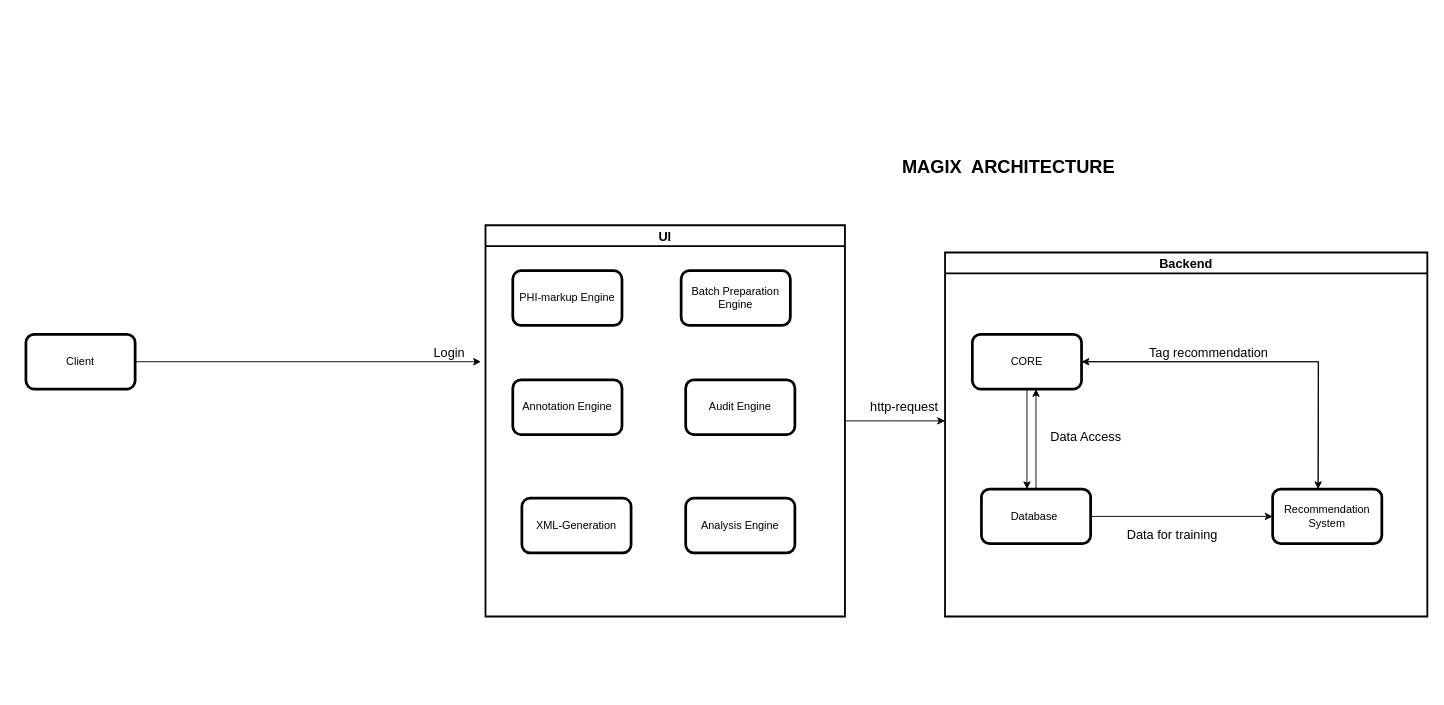
Above: Untitled Diagram.drawio in vickycena/gcc (draw.io), before the change. Source tidied: cells renumbered, new cells numbered last; positions are measured from the earlier drawing's top-left corner, leaving out a move shared by most shapes. Both pictures are drawn from the tidied source at 91%, with x=0, y=0 at pixel (25, 134).
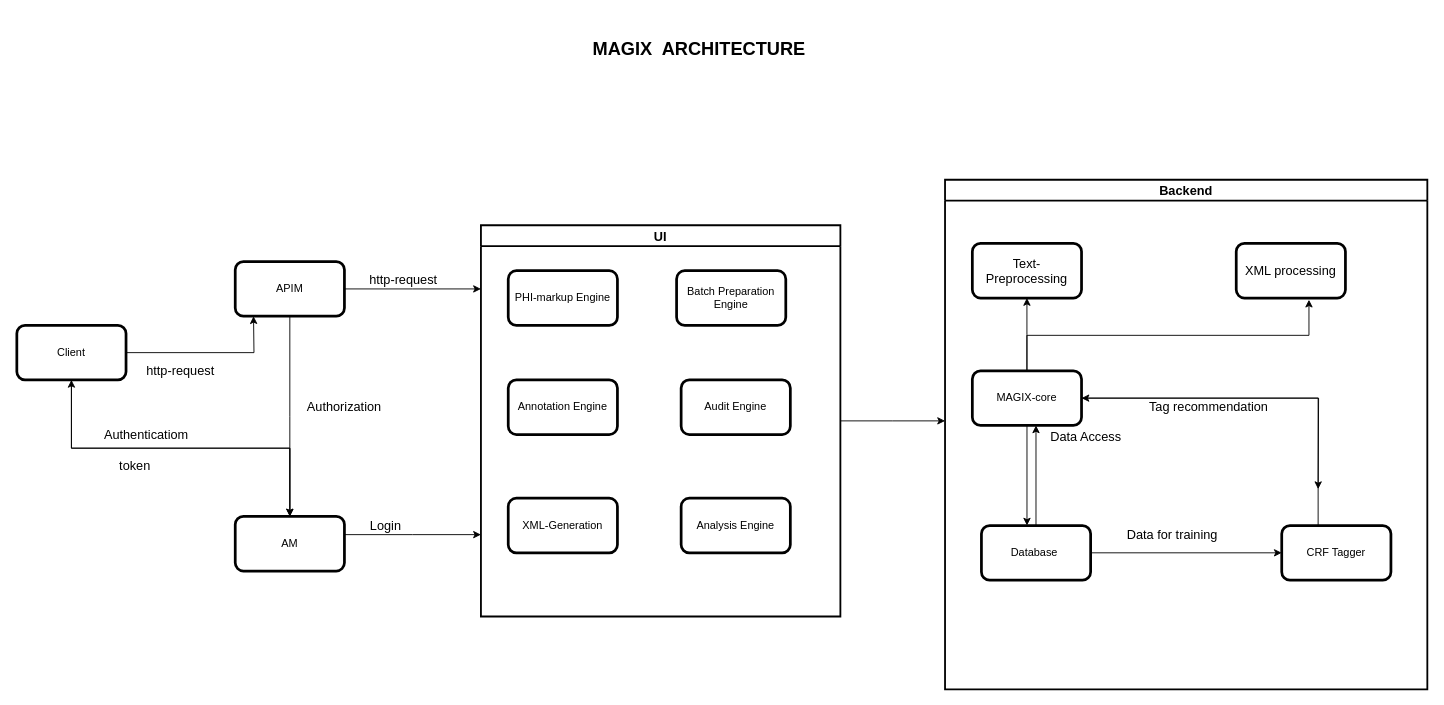
After the change.

Change to the diagram source:
```diff
@@
-    <mxCell id="2" style="edgeStyle=orthogonalEdgeStyle;rounded=0;jettySize=auto;html=1;fontSize=14;fontColor=none;" parent="1" edge="1" source="3">
-      <mxGeometry relative="1" as="geometry">
-        <mxPoint x="500" y="250" as="targetPoint" />
-      </mxGeometry>
-    </mxCell>
+    <mxCell id="27" style="edgeStyle=orthogonalEdgeStyle;rounded=0;jettySize=auto;html=1;" parent="1" edge="1" source="3">
+      <mxGeometry relative="1" as="geometry">
+        <mxPoint x="250.1" y="200" as="targetPoint" />
+      </mxGeometry>
+    </mxCell>
+    <mxCell id="28" style="edgeStyle=elbowEdgeStyle;rounded=0;jettySize=auto;elbow=vertical;html=1;entryX=0.5;entryY=0;entryDx=0;entryDy=0;" parent="1" edge="1" source="3" target="38">
+      <mxGeometry relative="1" as="geometry" />
+    </mxCell>
     <mxCell id="3" value="Client" style="rounded=1;whiteSpace=wrap;html=1;strokeWidth=3;" parent="1" vertex="1">
-      <mxGeometry y="220" width="120" height="60" as="geometry" />
+      <mxGeometry x="-10" y="210" width="120" height="60" as="geometry" />
     </mxCell>
-    <mxCell id="4" style="edgeStyle=orthogonalEdgeStyle;rounded=0;jettySize=auto;html=1;entryX=0.417;entryY=0;entryDx=0;entryDy=0;entryPerimeter=0;fontSize=14;" parent="1" edge="1" source="6" target="9">
-      <mxGeometry relative="1" as="geometry" />
-    </mxCell>
@@
-    <mxCell id="6" value="CORE" style="rounded=1;whiteSpace=wrap;html=1;labelBorderColor=none;strokeWidth=3;" parent="1" vertex="1">
-      <mxGeometry x="1040" y="220" width="120" height="60" as="geometry" />
-    </mxCell>
-    <mxCell id="7" style="edgeStyle=orthogonalEdgeStyle;rounded=0;jettySize=auto;html=1;entryX=0.583;entryY=1;entryDx=0;entryDy=0;entryPerimeter=0;fontSize=14;" parent="1" edge="1" source="9" target="6">
-      <mxGeometry relative="1" as="geometry" />
-    </mxCell>
-    <mxCell id="8" style="edgeStyle=orthogonalEdgeStyle;rounded=0;jettySize=auto;html=1;entryX=0;entryY=0.5;entryDx=0;entryDy=0;fontSize=14;" parent="1" edge="1" source="9" target="11">
-      <mxGeometry relative="1" as="geometry" />
-    </mxCell>
-    <mxCell id="9" value="Database&amp;nbsp;" style="rounded=1;whiteSpace=wrap;html=1;strokeWidth=3;" parent="1" vertex="1">
-      <mxGeometry x="1050" y="390" width="120" height="60" as="geometry" />
-    </mxCell>
-    <mxCell id="10" style="edgeStyle=orthogonalEdgeStyle;rounded=0;jettySize=auto;html=1;entryX=1;entryY=0.5;entryDx=0;entryDy=0;fontSize=14;" parent="1" edge="1" source="11" target="6">
-      <mxGeometry relative="1" as="geometry">
-        <Array as="points">
-          <mxPoint x="1420" y="250" />
-        </Array>
-      </mxGeometry>
-    </mxCell>
-    <mxCell id="11" value="Recommendation System" style="rounded=1;whiteSpace=wrap;html=1;strokeWidth=3;" parent="1" vertex="1">
-      <mxGeometry x="1370" y="390" width="120" height="60" as="geometry" />
-    </mxCell>
     <mxCell id="12" value="&lt;b style=&quot;font-size: 20px;&quot;&gt;MAGIX&amp;nbsp; ARCHITECTURE&lt;/b&gt;" style="text;html=1;strokeColor=none;fillColor=none;align=center;verticalAlign=middle;whiteSpace=wrap;rounded=0;fontSize=20;" parent="1" vertex="1">
-      <mxGeometry x="940" width="280" height="70" as="geometry" />
+      <mxGeometry x="600" y="-130" width="280" height="70" as="geometry" />
     </mxCell>
-    <mxCell id="13" value="http-request" style="text;html=1;align=center;verticalAlign=middle;strokeColor=none;fontSize=14;" parent="1" vertex="1">
-      <mxGeometry x="920" y="290" width="90" height="20" as="geometry" />
-    </mxCell>
@@
     <mxCell id="16" value="Login" style="text;html=1;align=center;verticalAlign=middle;strokeColor=none;fontSize=14;" parent="1" vertex="1">
-      <mxGeometry x="440" y="230" width="50" height="20" as="geometry" />
+      <mxGeometry x="370" y="420" width="50" height="20" as="geometry" />
     </mxCell>
+    <mxCell id="18" value="Backend" style="swimlane;labelBackgroundColor=none;fontSize=14;fontColor=none;strokeWidth=2;" parent="1" vertex="1">
+      <mxGeometry x="1010" y="50" width="530" height="560" as="geometry" />
+    </mxCell>
+    <mxCell id="9" value="Database&amp;nbsp;" style="rounded=1;whiteSpace=wrap;html=1;strokeWidth=3;" parent="18" vertex="1">
+      <mxGeometry x="40" y="380" width="120" height="60" as="geometry" />
+    </mxCell>
+    <mxCell id="29" style="edgeStyle=elbowEdgeStyle;rounded=0;jettySize=auto;elbow=vertical;html=1;fontSize=14;" parent="18" edge="1" source="6" target="32">
+      <mxGeometry relative="1" as="geometry" />
+    </mxCell>
+    <mxCell id="30" style="edgeStyle=elbowEdgeStyle;rounded=0;jettySize=auto;elbow=vertical;html=1;entryX=0.666;entryY=1.031;entryDx=0;entryDy=0;entryPerimeter=0;fontSize=14;" parent="18" edge="1" source="6" target="31">
+      <mxGeometry relative="1" as="geometry" />
+    </mxCell>
+    <mxCell id="6" value="MAGIX-core" style="rounded=1;whiteSpace=wrap;html=1;labelBorderColor=none;strokeWidth=3;" parent="18" vertex="1">
+      <mxGeometry x="30" y="210" width="120" height="60" as="geometry" />
+    </mxCell>
+    <mxCell id="4" style="edgeStyle=orthogonalEdgeStyle;rounded=0;jettySize=auto;html=1;entryX=0.417;entryY=0;entryDx=0;entryDy=0;entryPerimeter=0;fontSize=14;" parent="18" edge="1" source="6" target="9">
+      <mxGeometry relative="1" as="geometry" />
+    </mxCell>
+    <mxCell id="7" style="edgeStyle=orthogonalEdgeStyle;rounded=0;jettySize=auto;html=1;entryX=0.583;entryY=1;entryDx=0;entryDy=0;entryPerimeter=0;fontSize=14;" parent="18" edge="1" source="9" target="6">
+      <mxGeometry relative="1" as="geometry" />
+    </mxCell>
+    <mxCell id="31" value="XML processing" style="rounded=1;whiteSpace=wrap;html=1;fontSize=14;strokeWidth=3;" parent="18" vertex="1">
+      <mxGeometry x="320" y="70" width="120" height="60" as="geometry" />
+    </mxCell>
+    <mxCell id="11" value="CRF Tagger" style="rounded=1;whiteSpace=wrap;html=1;strokeWidth=3;" parent="18" vertex="1">
+      <mxGeometry x="370" y="380" width="120" height="60" as="geometry" />
+    </mxCell>
+    <mxCell id="8" style="edgeStyle=orthogonalEdgeStyle;rounded=0;jettySize=auto;html=1;entryX=0;entryY=0.5;entryDx=0;entryDy=0;fontSize=14;" parent="18" edge="1" source="9" target="11">
+      <mxGeometry relative="1" as="geometry" />
+    </mxCell>
+    <mxCell id="10" style="edgeStyle=orthogonalEdgeStyle;rounded=0;jettySize=auto;html=1;entryX=1;entryY=0.5;entryDx=0;entryDy=0;fontSize=14;" parent="18" edge="1" source="11" target="6">
+      <mxGeometry relative="1" as="geometry">
+        <Array as="points">
+          <mxPoint x="410" y="240" />
+        </Array>
+      </mxGeometry>
+    </mxCell>
+    <mxCell id="32" value="Text-Preprocessing" style="rounded=1;whiteSpace=wrap;html=1;fontSize=14;strokeWidth=3;" parent="18" vertex="1">
+      <mxGeometry x="30" y="70" width="120" height="60" as="geometry" />
+    </mxCell>
-    <mxCell id="17" value="Tag recommendation" style="text;html=1;strokeColor=none;fillColor=none;align=center;verticalAlign=middle;whiteSpace=wrap;rounded=0;fontSize=14;" parent="1" vertex="1">
-      <mxGeometry x="1230" y="230" width="140" height="20" as="geometry" />
+    <mxCell id="17" value="Tag recommendation" style="text;html=1;strokeColor=none;fillColor=none;align=center;verticalAlign=middle;whiteSpace=wrap;rounded=0;fontSize=14;" parent="18" vertex="1">
+      <mxGeometry x="220" y="240" width="140" height="20" as="geometry" />
     </mxCell>
-    <mxCell id="18" value="Backend" style="swimlane;labelBackgroundColor=none;fontSize=14;fontColor=none;strokeWidth=2;" parent="1" vertex="1">
-      <mxGeometry x="1010" y="130" width="530" height="400" as="geometry" />
-    </mxCell>
@@
     <mxCell id="20" value="UI" style="swimlane;labelBackgroundColor=none;fontSize=14;fontColor=none;strokeWidth=2;" parent="1" vertex="1">
-      <mxGeometry x="505" y="100" width="395" height="430" as="geometry" />
+      <mxGeometry x="500" y="100" width="395" height="430" as="geometry" />
     </mxCell>
@@
     <mxCell id="26" value="XML-Generation" style="rounded=1;whiteSpace=wrap;html=1;strokeWidth=3;" parent="20" vertex="1">
-      <mxGeometry x="40" y="300" width="120" height="60" as="geometry" />
+      <mxGeometry x="30" y="300" width="120" height="60" as="geometry" />
     </mxCell>
+    <mxCell id="33" style="edgeStyle=elbowEdgeStyle;rounded=0;jettySize=auto;elbow=vertical;html=1;entryX=0.5;entryY=0;entryDx=0;entryDy=0;" parent="1" edge="1" source="35" target="38">
+      <mxGeometry relative="1" as="geometry" />
+    </mxCell>
+    <mxCell id="34" style="edgeStyle=elbowEdgeStyle;rounded=0;jettySize=auto;elbow=vertical;html=1;" parent="1" edge="1" source="35">
+      <mxGeometry relative="1" as="geometry">
+        <mxPoint x="500" y="170" as="targetPoint" />
+      </mxGeometry>
+    </mxCell>
+    <mxCell id="35" value="APIM" style="rounded=1;whiteSpace=wrap;html=1;strokeWidth=3;" parent="1" vertex="1">
+      <mxGeometry x="230" y="140" width="120" height="60" as="geometry" />
+    </mxCell>
+    <mxCell id="36" style="edgeStyle=elbowEdgeStyle;rounded=0;jettySize=auto;elbow=vertical;html=1;" parent="1" edge="1" source="38" target="3">
+      <mxGeometry relative="1" as="geometry" />
+    </mxCell>
+    <mxCell id="37" style="edgeStyle=elbowEdgeStyle;rounded=0;jettySize=auto;elbow=vertical;html=1;" parent="1" edge="1" source="38">
+      <mxGeometry relative="1" as="geometry">
+        <mxPoint x="500" y="440" as="targetPoint" />
+      </mxGeometry>
+    </mxCell>
+    <mxCell id="38" value="AM" style="rounded=1;whiteSpace=wrap;html=1;strokeWidth=3;" parent="1" vertex="1">
+      <mxGeometry x="230" y="420" width="120" height="60" as="geometry" />
+    </mxCell>
+    <mxCell id="39" value="http-request" style="text;html=1;strokeColor=none;fillColor=none;align=center;verticalAlign=middle;whiteSpace=wrap;rounded=0;fontSize=14;" parent="1" vertex="1">
+      <mxGeometry x="100" y="250" width="140" height="20" as="geometry" />
+    </mxCell>
+    <mxCell id="40" value="Authenticatiom" style="text;html=1;strokeColor=none;fillColor=none;align=center;verticalAlign=middle;whiteSpace=wrap;rounded=0;fontSize=14;" parent="1" vertex="1">
+      <mxGeometry x="75" y="310" width="115" height="40" as="geometry" />
+    </mxCell>
+    <mxCell id="41" value="token" style="text;html=1;strokeColor=none;fillColor=none;align=center;verticalAlign=middle;whiteSpace=wrap;rounded=0;fontSize=14;" parent="1" vertex="1">
+      <mxGeometry x="70" y="340" width="100" height="50" as="geometry" />
+    </mxCell>
+    <mxCell id="42" value="Authorization" style="text;html=1;strokeColor=none;fillColor=none;align=center;verticalAlign=middle;whiteSpace=wrap;rounded=0;fontSize=14;" parent="1" vertex="1">
+      <mxGeometry x="300" y="290" width="100" height="20" as="geometry" />
+    </mxCell>
+    <mxCell id="43" value="http-request" style="text;html=1;strokeColor=none;fillColor=none;align=center;verticalAlign=middle;whiteSpace=wrap;rounded=0;fontSize=14;" parent="1" vertex="1">
+      <mxGeometry x="360" y="150" width="110" height="20" as="geometry" />
+    </mxCell>
```
